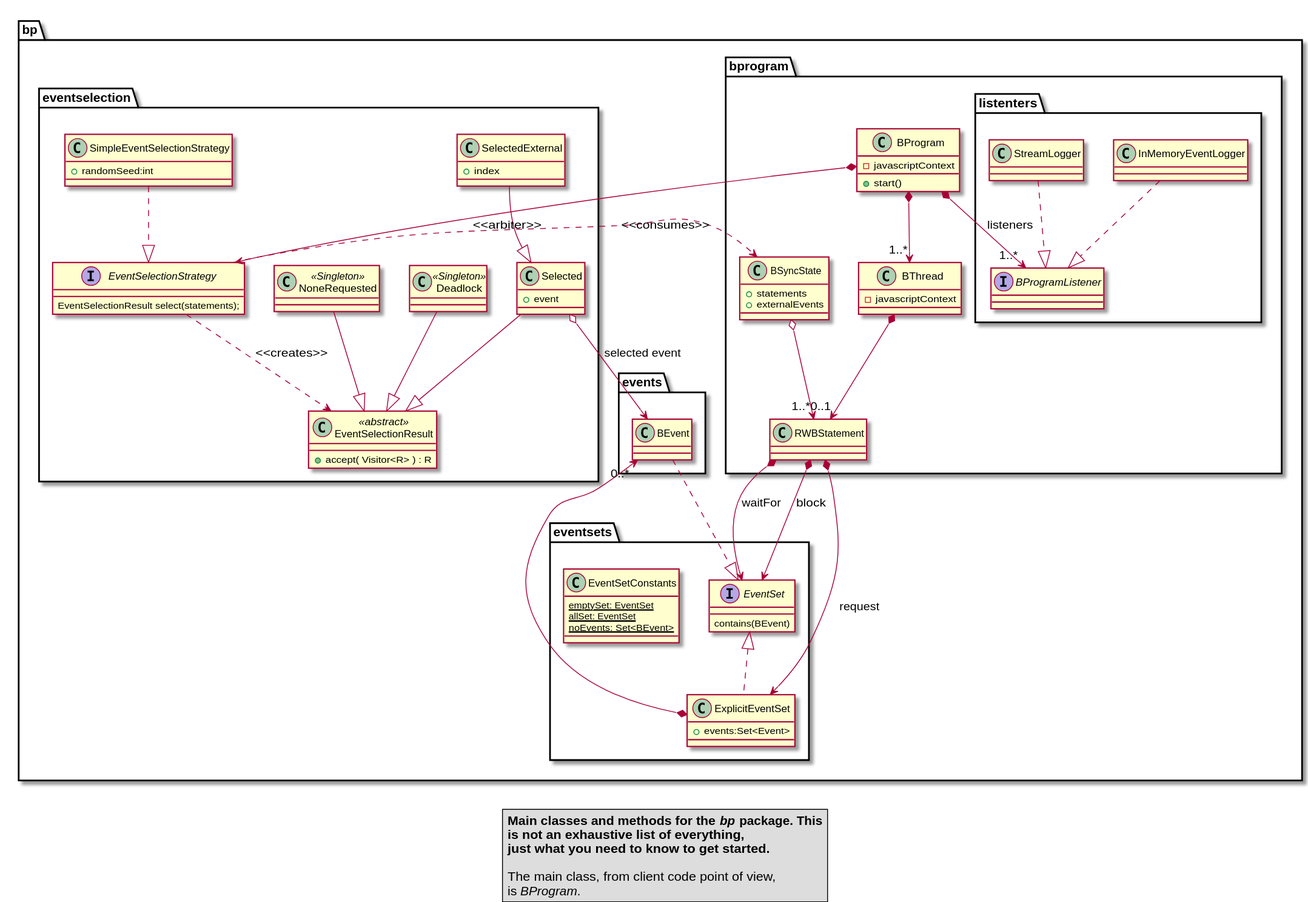
Earlier version of the PlantUML export BP-javascript/DOCS/classes.svg (michbarsinai/BP-javascript-search). Its source is kept beside it as BP-javascript/DOCS/classes.puml.
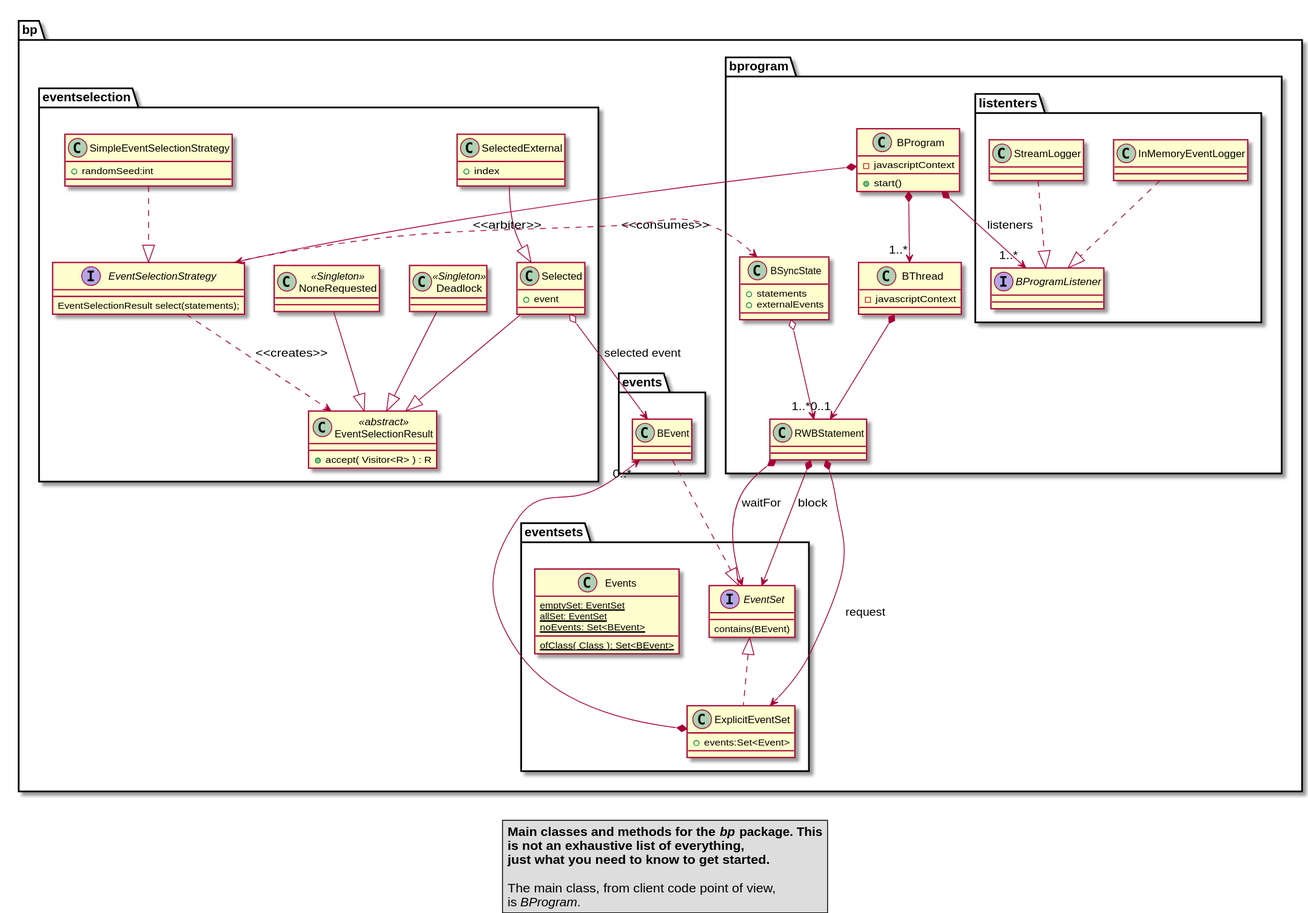
After the change.

Change to the diagram source:
```diff
@@ -53,10 +53,11 @@
     + events:Set<Event>
   }
 
-  class EventSetConstants {
+  class Events {
     {static} emptySet: EventSet
     {static} allSet: EventSet
     {static} noEvents: Set<BEvent>
+    {static} ofClass( Class ): Set<BEvent>
   }
 
   ExplicitEventSet .up.|> EventSet
```
